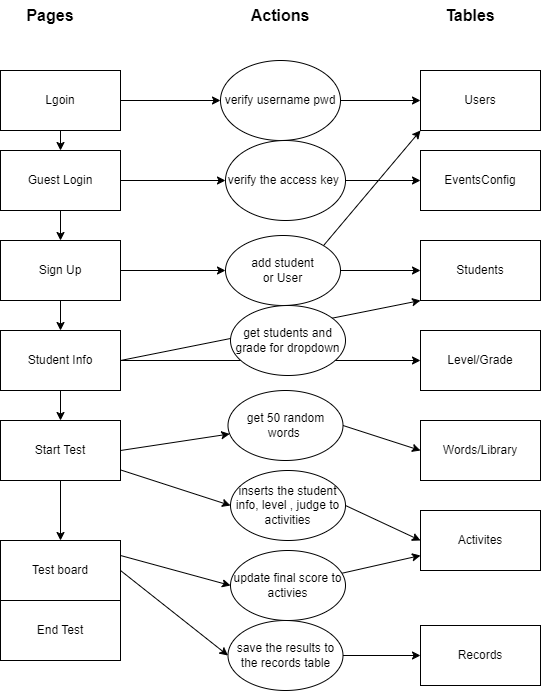
stoneskin/ChineseCharactersRecognitionApp keeps this draw.io diagram as doc/architectureDesign.drawio.png. Above is the earlier version. Source tidied: cells renumbered, new cells last; positions are measured from the earlier drawing's top-left corner, leaving out a move shared by most shapes. The source it was exported from:
```xml
<mxGraphModel>
  <root>
    <mxCell id="0" />
    <mxCell id="1" parent="0" />
    <mxCell id="2" style="edgeStyle=none;html=1;entryX=0;entryY=0.5;entryDx=0;entryDy=0;" parent="1" edge="1" source="4" target="27">
      <mxGeometry relative="1" as="geometry" />
    </mxCell>
    <mxCell id="3" style="edgeStyle=none;html=1;exitX=0.5;exitY=1;exitDx=0;exitDy=0;entryX=0.5;entryY=0;entryDx=0;entryDy=0;" parent="1" edge="1" source="4" target="7">
      <mxGeometry relative="1" as="geometry" />
    </mxCell>
    <mxCell id="4" value="Lgoin" style="rounded=0;whiteSpace=wrap;html=1;" parent="1" vertex="1">
      <mxGeometry y="70" width="120" height="60" as="geometry" />
    </mxCell>
    <mxCell id="5" style="edgeStyle=none;html=1;exitX=1;exitY=0.5;exitDx=0;exitDy=0;entryX=0;entryY=0.5;entryDx=0;entryDy=0;" parent="1" edge="1" source="7" target="31">
      <mxGeometry relative="1" as="geometry" />
    </mxCell>
    <mxCell id="6" style="edgeStyle=none;html=1;exitX=0.5;exitY=1;exitDx=0;exitDy=0;entryX=0.5;entryY=0;entryDx=0;entryDy=0;" parent="1" edge="1" source="7" target="10">
      <mxGeometry relative="1" as="geometry" />
    </mxCell>
    <mxCell id="7" value="Guest Login" style="rounded=0;whiteSpace=wrap;html=1;" parent="1" vertex="1">
      <mxGeometry y="150" width="120" height="60" as="geometry" />
    </mxCell>
    <mxCell id="8" style="edgeStyle=none;html=1;exitX=1;exitY=0.5;exitDx=0;exitDy=0;entryX=0;entryY=0.5;entryDx=0;entryDy=0;" parent="1" edge="1" source="10" target="35">
      <mxGeometry relative="1" as="geometry" />
    </mxCell>
    <mxCell id="9" style="edgeStyle=none;html=1;exitX=0.5;exitY=1;exitDx=0;exitDy=0;entryX=0.5;entryY=0;entryDx=0;entryDy=0;" parent="1" edge="1" source="10" target="14">
      <mxGeometry relative="1" as="geometry" />
    </mxCell>
    <mxCell id="10" value="Sign Up" style="rounded=0;whiteSpace=wrap;html=1;" parent="1" vertex="1">
      <mxGeometry y="240" width="120" height="60" as="geometry" />
    </mxCell>
    <mxCell id="11" style="edgeStyle=none;html=1;exitX=1;exitY=0.5;exitDx=0;exitDy=0;entryX=0;entryY=0.5;entryDx=0;entryDy=0;" parent="1" edge="1" source="14" target="36">
      <mxGeometry relative="1" as="geometry" />
    </mxCell>
    <mxCell id="12" style="edgeStyle=none;html=1;exitX=1;exitY=0.5;exitDx=0;exitDy=0;entryX=0;entryY=1;entryDx=0;entryDy=0;" parent="1" edge="1" source="14" target="32">
      <mxGeometry relative="1" as="geometry" />
    </mxCell>
    <mxCell id="13" style="edgeStyle=none;html=1;exitX=0.5;exitY=1;exitDx=0;exitDy=0;" parent="1" edge="1" source="14" target="18">
      <mxGeometry relative="1" as="geometry" />
    </mxCell>
    <mxCell id="14" value="Student Info" style="rounded=0;whiteSpace=wrap;html=1;" parent="1" vertex="1">
      <mxGeometry y="330" width="120" height="60" as="geometry" />
    </mxCell>
    <mxCell id="15" style="edgeStyle=none;html=1;entryX=0;entryY=0.5;entryDx=0;entryDy=0;" parent="1" edge="1" source="18" target="43">
      <mxGeometry relative="1" as="geometry" />
    </mxCell>
    <mxCell id="16" style="edgeStyle=none;html=1;exitX=0.5;exitY=1;exitDx=0;exitDy=0;entryX=0.5;entryY=0;entryDx=0;entryDy=0;" parent="1" edge="1" source="18" target="20">
      <mxGeometry relative="1" as="geometry" />
    </mxCell>
    <mxCell id="17" style="edgeStyle=none;html=1;exitX=1;exitY=0.5;exitDx=0;exitDy=0;" parent="1" edge="1" source="18" target="41">
      <mxGeometry relative="1" as="geometry" />
    </mxCell>
    <mxCell id="18" value="Start Test" style="rounded=0;whiteSpace=wrap;html=1;" parent="1" vertex="1">
      <mxGeometry y="420" width="120" height="60" as="geometry" />
    </mxCell>
    <mxCell id="19" style="edgeStyle=none;html=1;entryX=0;entryY=0.5;entryDx=0;entryDy=0;exitX=1;exitY=0.25;exitDx=0;exitDy=0;" parent="1" edge="1" source="20" target="48">
      <mxGeometry relative="1" as="geometry" />
    </mxCell>
    <mxCell id="20" value="Test board" style="rounded=0;whiteSpace=wrap;html=1;" parent="1" vertex="1">
      <mxGeometry y="540" width="120" height="60" as="geometry" />
    </mxCell>
    <mxCell id="21" style="edgeStyle=none;html=1;entryX=0;entryY=0.5;entryDx=0;entryDy=0;exitX=1;exitY=0.5;exitDx=0;exitDy=0;" parent="1" edge="1" source="20" target="46">
      <mxGeometry relative="1" as="geometry" />
    </mxCell>
    <mxCell id="22" value="End Test" style="rounded=0;whiteSpace=wrap;html=1;" parent="1" vertex="1">
      <mxGeometry y="600" width="120" height="60" as="geometry" />
    </mxCell>
    <mxCell id="23" value="Users" style="rounded=0;whiteSpace=wrap;html=1;" parent="1" vertex="1">
      <mxGeometry x="420" y="70" width="120" height="60" as="geometry" />
    </mxCell>
    <mxCell id="24" value="Pages" style="text;html=1;strokeColor=none;fillColor=none;align=center;verticalAlign=middle;whiteSpace=wrap;rounded=0;fontStyle=1;fontSize=16;" parent="1" vertex="1">
      <mxGeometry x="20" width="60" height="30" as="geometry" />
    </mxCell>
    <mxCell id="25" value="Tables" style="text;html=1;strokeColor=none;fillColor=none;align=center;verticalAlign=middle;whiteSpace=wrap;rounded=0;fontStyle=1;fontSize=16;" parent="1" vertex="1">
      <mxGeometry x="440" width="60" height="30" as="geometry" />
    </mxCell>
    <mxCell id="26" style="edgeStyle=none;html=1;exitX=1;exitY=0.5;exitDx=0;exitDy=0;entryX=0;entryY=0.5;entryDx=0;entryDy=0;" parent="1" edge="1" source="27" target="23">
      <mxGeometry relative="1" as="geometry" />
    </mxCell>
    <mxCell id="27" value="verify username pwd" style="ellipse;whiteSpace=wrap;html=1;" parent="1" vertex="1">
      <mxGeometry x="220" y="60" width="120" height="80" as="geometry" />
    </mxCell>
    <mxCell id="28" value="Actions" style="text;html=1;strokeColor=none;fillColor=none;align=center;verticalAlign=middle;whiteSpace=wrap;rounded=0;fontStyle=1;fontSize=16;" parent="1" vertex="1">
      <mxGeometry x="250" width="60" height="30" as="geometry" />
    </mxCell>
    <mxCell id="29" value="EventsConfig" style="rounded=0;whiteSpace=wrap;html=1;" parent="1" vertex="1">
      <mxGeometry x="420" y="150" width="120" height="60" as="geometry" />
    </mxCell>
    <mxCell id="30" style="edgeStyle=none;html=1;entryX=0;entryY=0.5;entryDx=0;entryDy=0;" parent="1" edge="1" source="31" target="29">
      <mxGeometry relative="1" as="geometry" />
    </mxCell>
    <mxCell id="31" value="verify the access key&amp;nbsp;" style="ellipse;whiteSpace=wrap;html=1;" parent="1" vertex="1">
      <mxGeometry x="225" y="140" width="120" height="80" as="geometry" />
    </mxCell>
    <mxCell id="32" value="Students" style="rounded=0;whiteSpace=wrap;html=1;" parent="1" vertex="1">
      <mxGeometry x="420" y="240" width="120" height="60" as="geometry" />
    </mxCell>
    <mxCell id="33" style="edgeStyle=none;html=1;exitX=1;exitY=0.5;exitDx=0;exitDy=0;entryX=0;entryY=0.5;entryDx=0;entryDy=0;" parent="1" edge="1" source="35" target="32">
      <mxGeometry relative="1" as="geometry" />
    </mxCell>
    <mxCell id="34" style="edgeStyle=none;html=1;exitX=1;exitY=0;exitDx=0;exitDy=0;entryX=0;entryY=1;entryDx=0;entryDy=0;" parent="1" edge="1" source="35" target="23">
      <mxGeometry relative="1" as="geometry" />
    </mxCell>
    <mxCell id="35" value="add student&lt;br&gt;or User" style="ellipse;whiteSpace=wrap;html=1;" parent="1" vertex="1">
      <mxGeometry x="225" y="235" width="115" height="70" as="geometry" />
    </mxCell>
    <mxCell id="36" value="Level/Grade" style="rounded=0;whiteSpace=wrap;html=1;" parent="1" vertex="1">
      <mxGeometry x="420" y="330" width="120" height="60" as="geometry" />
    </mxCell>
    <mxCell id="37" value="get students and grade for dropdown" style="ellipse;whiteSpace=wrap;html=1;" parent="1" vertex="1">
      <mxGeometry x="230" y="305" width="115" height="70" as="geometry" />
    </mxCell>
    <mxCell id="38" value="Words/Library" style="rounded=0;whiteSpace=wrap;html=1;" parent="1" vertex="1">
      <mxGeometry x="420" y="420" width="120" height="60" as="geometry" />
    </mxCell>
    <mxCell id="39" value="Activites" style="rounded=0;whiteSpace=wrap;html=1;" parent="1" vertex="1">
      <mxGeometry x="420" y="510" width="120" height="60" as="geometry" />
    </mxCell>
    <mxCell id="40" style="edgeStyle=none;html=1;exitX=1;exitY=0.5;exitDx=0;exitDy=0;entryX=0;entryY=0.5;entryDx=0;entryDy=0;" parent="1" edge="1" source="41" target="38">
      <mxGeometry relative="1" as="geometry" />
    </mxCell>
    <mxCell id="41" value="get 50 random words&amp;nbsp;" style="ellipse;whiteSpace=wrap;html=1;" parent="1" vertex="1">
      <mxGeometry x="227.5" y="390" width="115" height="70" as="geometry" />
    </mxCell>
    <mxCell id="42" style="edgeStyle=none;html=1;exitX=1;exitY=0.5;exitDx=0;exitDy=0;entryX=0;entryY=0.5;entryDx=0;entryDy=0;" parent="1" edge="1" source="43" target="39">
      <mxGeometry relative="1" as="geometry" />
    </mxCell>
    <mxCell id="43" value="inserts the student info, level , judge to activities" style="ellipse;whiteSpace=wrap;html=1;" parent="1" vertex="1">
      <mxGeometry x="230" y="470" width="115" height="70" as="geometry" />
    </mxCell>
    <mxCell id="44" value="Records" style="rounded=0;whiteSpace=wrap;html=1;" parent="1" vertex="1">
      <mxGeometry x="420" y="625" width="120" height="60" as="geometry" />
    </mxCell>
    <mxCell id="45" style="edgeStyle=none;html=1;exitX=1;exitY=0.5;exitDx=0;exitDy=0;entryX=0;entryY=0.5;entryDx=0;entryDy=0;" parent="1" edge="1" source="46" target="44">
      <mxGeometry relative="1" as="geometry" />
    </mxCell>
    <mxCell id="46" value="save the results to the records table" style="ellipse;whiteSpace=wrap;html=1;" parent="1" vertex="1">
      <mxGeometry x="227.5" y="620" width="115" height="70" as="geometry" />
    </mxCell>
    <mxCell id="47" style="edgeStyle=none;html=1;entryX=0;entryY=0.75;entryDx=0;entryDy=0;" parent="1" edge="1" source="48" target="39">
      <mxGeometry relative="1" as="geometry" />
    </mxCell>
    <mxCell id="48" value="update final score to activies" style="ellipse;whiteSpace=wrap;html=1;" parent="1" vertex="1">
      <mxGeometry x="230" y="550" width="115" height="70" as="geometry" />
    </mxCell>
  </root>
</mxGraphModel>
```
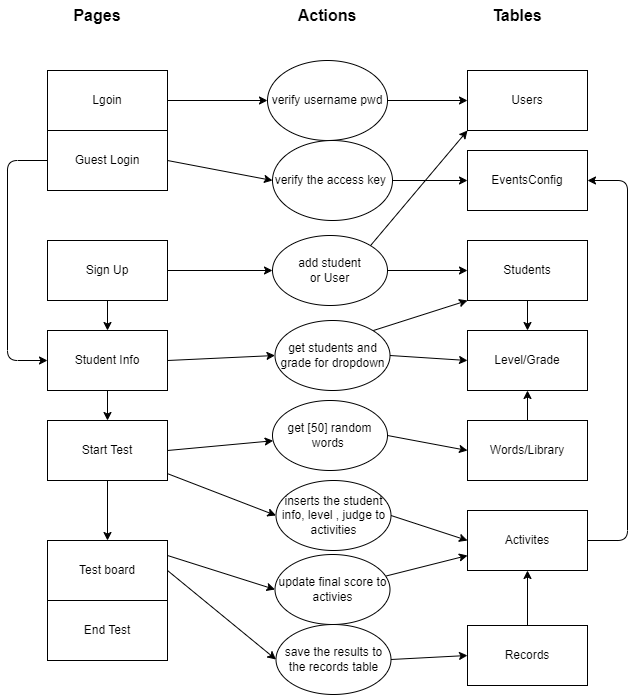
The same file after the commit.

Change to the diagram source:
```diff
@@ -5,20 +5,22 @@
     <mxCell id="2" style="edgeStyle=none;html=1;entryX=0;entryY=0.5;entryDx=0;entryDy=0;" parent="1" edge="1" source="4" target="27">
       <mxGeometry relative="1" as="geometry" />
     </mxCell>
-    <mxCell id="3" style="edgeStyle=none;html=1;exitX=0.5;exitY=1;exitDx=0;exitDy=0;entryX=0.5;entryY=0;entryDx=0;entryDy=0;" parent="1" edge="1" source="4" target="7">
-      <mxGeometry relative="1" as="geometry" />
-    </mxCell>
     <mxCell id="4" value="Lgoin" style="rounded=0;whiteSpace=wrap;html=1;" parent="1" vertex="1">
       <mxGeometry y="70" width="120" height="60" as="geometry" />
     </mxCell>
     <mxCell id="5" style="edgeStyle=none;html=1;exitX=1;exitY=0.5;exitDx=0;exitDy=0;entryX=0;entryY=0.5;entryDx=0;entryDy=0;" parent="1" edge="1" source="7" target="31">
       <mxGeometry relative="1" as="geometry" />
     </mxCell>
-    <mxCell id="6" style="edgeStyle=none;html=1;exitX=0.5;exitY=1;exitDx=0;exitDy=0;entryX=0.5;entryY=0;entryDx=0;entryDy=0;" parent="1" edge="1" source="7" target="10">
-      <mxGeometry relative="1" as="geometry" />
+    <mxCell id="6" style="edgeStyle=none;html=1;exitX=0;exitY=0.5;exitDx=0;exitDy=0;entryX=0;entryY=0.5;entryDx=0;entryDy=0;" parent="1" edge="1" source="7" target="14">
+      <mxGeometry relative="1" as="geometry">
+        <Array as="points">
+          <mxPoint x="-40" y="160" />
+          <mxPoint x="-40" y="360" />
+        </Array>
+      </mxGeometry>
     </mxCell>
     <mxCell id="7" value="Guest Login" style="rounded=0;whiteSpace=wrap;html=1;" parent="1" vertex="1">
-      <mxGeometry y="150" width="120" height="60" as="geometry" />
+      <mxGeometry y="130" width="120" height="60" as="geometry" />
     </mxCell>
     <mxCell id="8" style="edgeStyle=none;html=1;exitX=1;exitY=0.5;exitDx=0;exitDy=0;entryX=0;entryY=0.5;entryDx=0;entryDy=0;" parent="1" edge="1" source="10" target="35">
       <mxGeometry relative="1" as="geometry" />
@@ -29,10 +31,10 @@
     <mxCell id="10" value="Sign Up" style="rounded=0;whiteSpace=wrap;html=1;" parent="1" vertex="1">
       <mxGeometry y="240" width="120" height="60" as="geometry" />
     </mxCell>
-    <mxCell id="11" style="edgeStyle=none;html=1;exitX=1;exitY=0.5;exitDx=0;exitDy=0;entryX=0;entryY=0.5;entryDx=0;entryDy=0;" parent="1" edge="1" source="14" target="36">
+    <mxCell id="11" style="edgeStyle=none;html=1;exitX=1;exitY=0.5;exitDx=0;exitDy=0;entryX=0;entryY=0.5;entryDx=0;entryDy=0;" parent="1" edge="1" source="14" target="37">
       <mxGeometry relative="1" as="geometry" />
     </mxCell>
-    <mxCell id="12" style="edgeStyle=none;html=1;exitX=1;exitY=0.5;exitDx=0;exitDy=0;entryX=0;entryY=1;entryDx=0;entryDy=0;" parent="1" edge="1" source="14" target="32">
+    <mxCell id="12" style="edgeStyle=none;html=1;exitX=1;exitY=0;exitDx=0;exitDy=0;entryX=0;entryY=1;entryDx=0;entryDy=0;" parent="1" edge="1" source="37" target="32">
       <mxGeometry relative="1" as="geometry" />
     </mxCell>
     <mxCell id="13" style="edgeStyle=none;html=1;exitX=0.5;exitY=1;exitDx=0;exitDy=0;" parent="1" edge="1" source="14" target="18">
@@ -92,6 +94,9 @@
     <mxCell id="31" value="verify the access key&amp;nbsp;" style="ellipse;whiteSpace=wrap;html=1;" parent="1" vertex="1">
       <mxGeometry x="225" y="140" width="120" height="80" as="geometry" />
     </mxCell>
+    <mxCell id="49" style="edgeStyle=none;html=1;exitX=0.5;exitY=1;exitDx=0;exitDy=0;entryX=0.5;entryY=0;entryDx=0;entryDy=0;" parent="1" edge="1" source="32" target="36">
+      <mxGeometry relative="1" as="geometry" />
+    </mxCell>
     <mxCell id="32" value="Students" style="rounded=0;whiteSpace=wrap;html=1;" parent="1" vertex="1">
       <mxGeometry x="420" y="240" width="120" height="60" as="geometry" />
     </mxCell>
@@ -104,30 +109,47 @@
     <mxCell id="35" value="add student&lt;br&gt;or User" style="ellipse;whiteSpace=wrap;html=1;" parent="1" vertex="1">
       <mxGeometry x="225" y="235" width="115" height="70" as="geometry" />
     </mxCell>
+    <mxCell id="50" style="edgeStyle=none;html=1;exitX=0.5;exitY=0;exitDx=0;exitDy=0;entryX=0.5;entryY=1;entryDx=0;entryDy=0;" parent="1" edge="1" source="38" target="36">
+      <mxGeometry relative="1" as="geometry" />
+    </mxCell>
     <mxCell id="36" value="Level/Grade" style="rounded=0;whiteSpace=wrap;html=1;" parent="1" vertex="1">
       <mxGeometry x="420" y="330" width="120" height="60" as="geometry" />
     </mxCell>
+    <mxCell id="51" style="edgeStyle=none;html=1;exitX=1;exitY=0.5;exitDx=0;exitDy=0;entryX=0;entryY=0.5;entryDx=0;entryDy=0;" parent="1" edge="1" source="37" target="36">
+      <mxGeometry relative="1" as="geometry" />
+    </mxCell>
     <mxCell id="37" value="get students and grade for dropdown" style="ellipse;whiteSpace=wrap;html=1;" parent="1" vertex="1">
-      <mxGeometry x="230" y="305" width="115" height="70" as="geometry" />
+      <mxGeometry x="227.5" y="320" width="115" height="70" as="geometry" />
     </mxCell>
     <mxCell id="38" value="Words/Library" style="rounded=0;whiteSpace=wrap;html=1;" parent="1" vertex="1">
       <mxGeometry x="420" y="420" width="120" height="60" as="geometry" />
     </mxCell>
+    <mxCell id="52" style="edgeStyle=none;html=1;exitX=1;exitY=0.5;exitDx=0;exitDy=0;entryX=1;entryY=0.5;entryDx=0;entryDy=0;" parent="1" edge="1" source="39" target="29">
+      <mxGeometry relative="1" as="geometry">
+        <Array as="points">
+          <mxPoint x="580" y="540" />
+          <mxPoint x="580" y="180" />
+        </Array>
+      </mxGeometry>
+    </mxCell>
     <mxCell id="39" value="Activites" style="rounded=0;whiteSpace=wrap;html=1;" parent="1" vertex="1">
       <mxGeometry x="420" y="510" width="120" height="60" as="geometry" />
     </mxCell>
     <mxCell id="40" style="edgeStyle=none;html=1;exitX=1;exitY=0.5;exitDx=0;exitDy=0;entryX=0;entryY=0.5;entryDx=0;entryDy=0;" parent="1" edge="1" source="41" target="38">
       <mxGeometry relative="1" as="geometry" />
     </mxCell>
-    <mxCell id="41" value="get 50 random words&amp;nbsp;" style="ellipse;whiteSpace=wrap;html=1;" parent="1" vertex="1">
-      <mxGeometry x="227.5" y="390" width="115" height="70" as="geometry" />
+    <mxCell id="41" value="get [50] random words&amp;nbsp;" style="ellipse;whiteSpace=wrap;html=1;" parent="1" vertex="1">
+      <mxGeometry x="225" y="400" width="115" height="70" as="geometry" />
     </mxCell>
     <mxCell id="42" style="edgeStyle=none;html=1;exitX=1;exitY=0.5;exitDx=0;exitDy=0;entryX=0;entryY=0.5;entryDx=0;entryDy=0;" parent="1" edge="1" source="43" target="39">
       <mxGeometry relative="1" as="geometry" />
     </mxCell>
     <mxCell id="43" value="inserts the student info, level , judge to activities" style="ellipse;whiteSpace=wrap;html=1;" parent="1" vertex="1">
-      <mxGeometry x="230" y="470" width="115" height="70" as="geometry" />
+      <mxGeometry x="228.5" y="480" width="115" height="70" as="geometry" />
     </mxCell>
+    <mxCell id="53" style="edgeStyle=none;html=1;exitX=0.5;exitY=0;exitDx=0;exitDy=0;entryX=0.5;entryY=1;entryDx=0;entryDy=0;" parent="1" edge="1" source="44" target="39">
+      <mxGeometry relative="1" as="geometry" />
+    </mxCell>
     <mxCell id="44" value="Records" style="rounded=0;whiteSpace=wrap;html=1;" parent="1" vertex="1">
       <mxGeometry x="420" y="625" width="120" height="60" as="geometry" />
     </mxCell>
@@ -135,13 +157,13 @@
       <mxGeometry relative="1" as="geometry" />
     </mxCell>
     <mxCell id="46" value="save the results to the records table" style="ellipse;whiteSpace=wrap;html=1;" parent="1" vertex="1">
-      <mxGeometry x="227.5" y="620" width="115" height="70" as="geometry" />
+      <mxGeometry x="228.5" y="624" width="115" height="70" as="geometry" />
     </mxCell>
     <mxCell id="47" style="edgeStyle=none;html=1;entryX=0;entryY=0.75;entryDx=0;entryDy=0;" parent="1" edge="1" source="48" target="39">
       <mxGeometry relative="1" as="geometry" />
     </mxCell>
     <mxCell id="48" value="update final score to activies" style="ellipse;whiteSpace=wrap;html=1;" parent="1" vertex="1">
-      <mxGeometry x="230" y="550" width="115" height="70" as="geometry" />
+      <mxGeometry x="227.5" y="554" width="115" height="70" as="geometry" />
     </mxCell>
   </root>
 </mxGraphModel>
```
